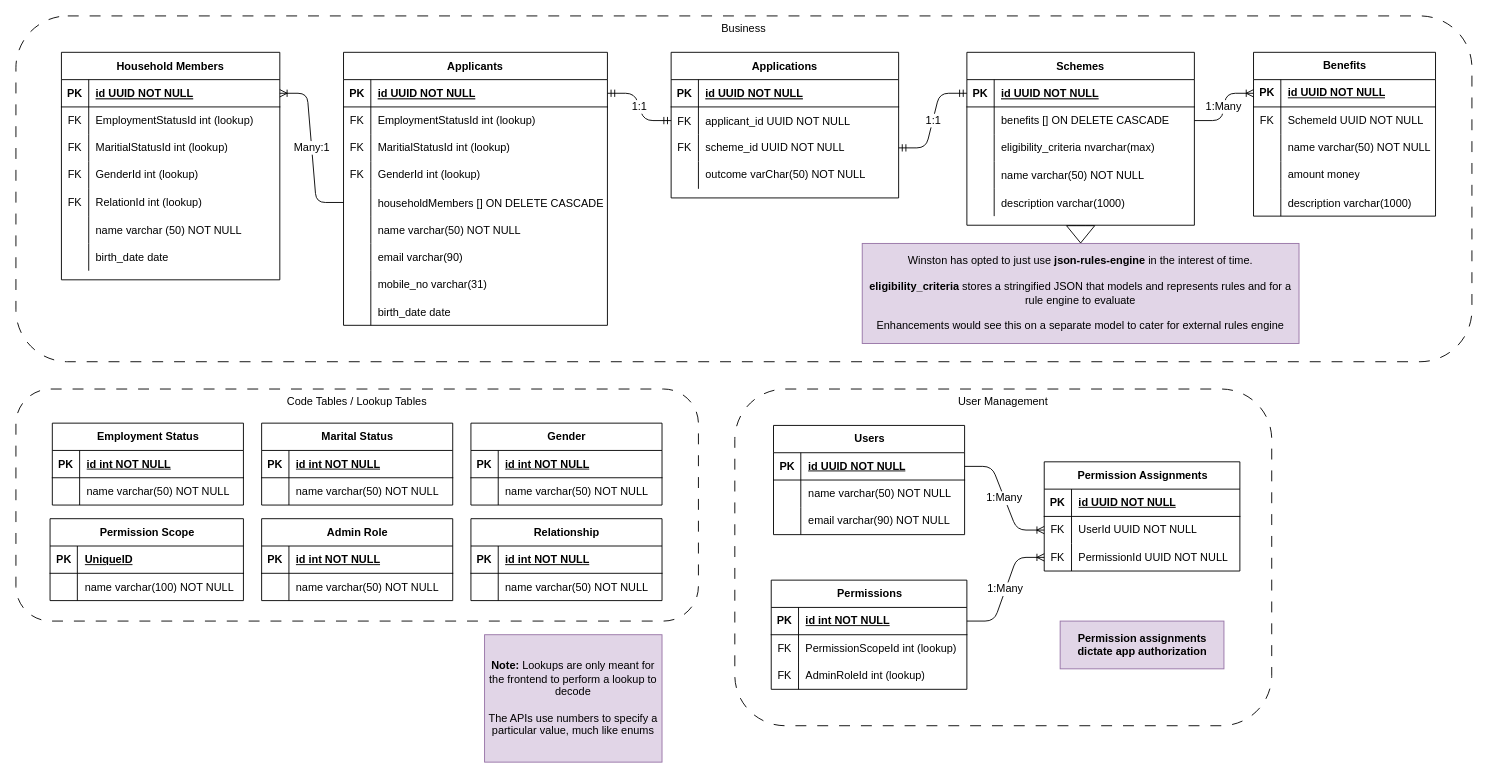
This is page "DB DIagram - Revised Interim" (1 of 3) of docs/diagrams/gasp-assignment-er-diagram.drawio from Lohenl/gasp-swe-assignment-2024, a draw.io file, before an edit. Source tidied: cells renumbered, new cells numbered last; positions are measured from the earlier drawing's top-left corner, leaving out a move shared by most shapes. Both pictures are drawn from the tidied source at 91%, with x=0, y=0 at pixel (15, 15).
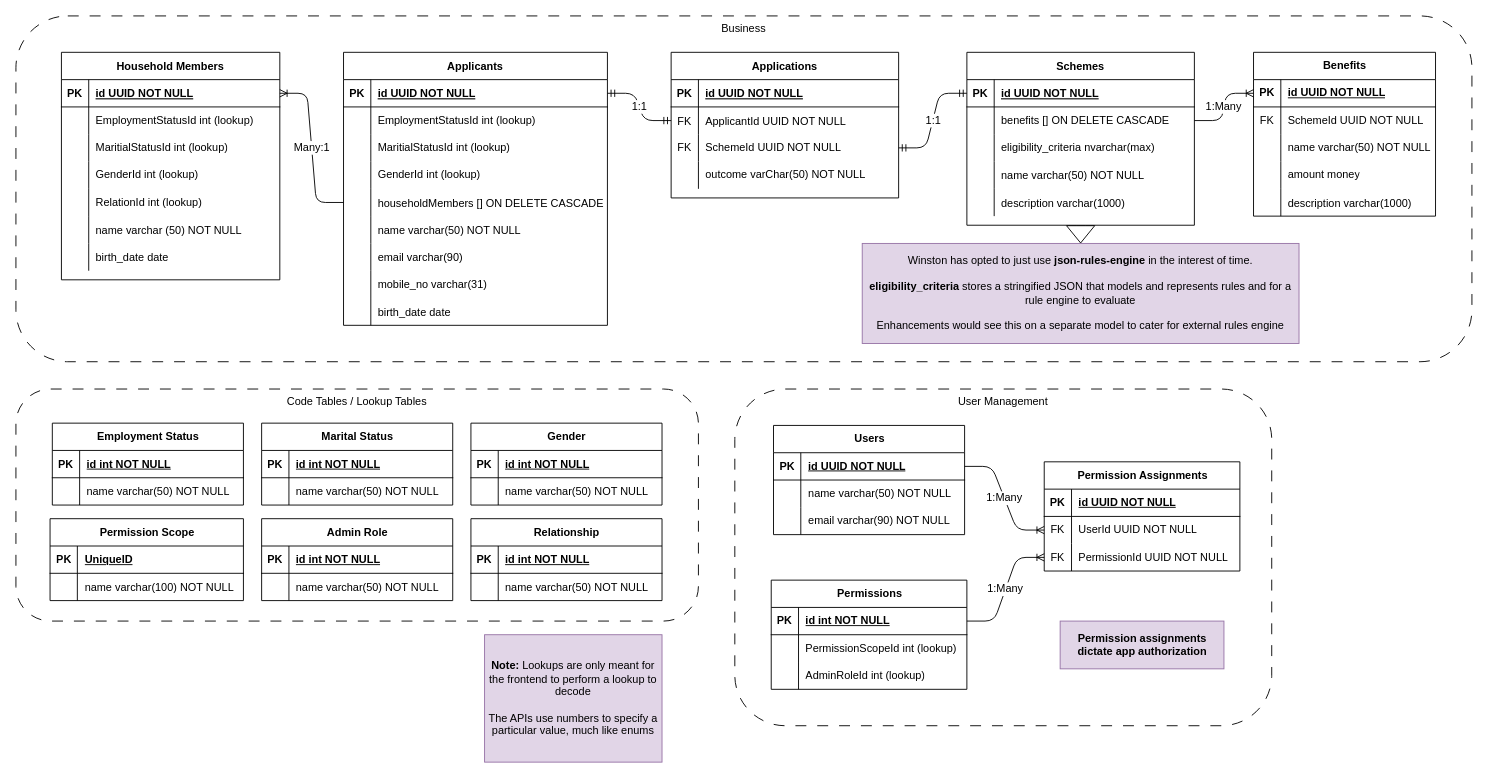
After the change.

Unchanged cells that the change refers to:
```xml
<mxCell id="9" style="shape=partialRectangle;fillColor=none;points=[[0,0.5],[1,0.5]];portConstraint=eastwest;top=0;left=0;right=0;bottom=0;" parent="5" vertex="1">
  <mxGeometry y="60" width="250" height="30" as="geometry" />
</mxCell>
<mxCell id="12" style="shape=tableRow;horizontal=0;startSize=0;swimlaneHead=0;swimlaneBody=0;fillColor=none;points=[[0,0.5],[1,0.5]];portConstraint=eastwest;top=0;left=0;right=0;bottom=0;" parent="5" vertex="1">
  <mxGeometry y="90" width="250" height="30" as="geometry" />
</mxCell>
<mxCell id="38" style="shape=tableRow;horizontal=0;startSize=0;swimlaneHead=0;swimlaneBody=0;fillColor=none;top=0;left=0;right=0;bottom=0;" parent="34" vertex="1">
  <mxGeometry y="60" width="290" height="30" as="geometry" />
</mxCell>
<mxCell id="41" style="shape=tableRow;horizontal=0;startSize=0;swimlaneHead=0;swimlaneBody=0;fillColor=none;top=0;left=0;right=0;bottom=0;" parent="34" vertex="1">
  <mxGeometry y="90" width="290" height="30" as="geometry" />
</mxCell>
<mxCell id="44" style="shape=tableRow;horizontal=0;startSize=0;swimlaneHead=0;swimlaneBody=0;fillColor=none;top=0;left=0;right=0;bottom=0;" parent="34" vertex="1">
  <mxGeometry y="120" width="290" height="30" as="geometry" />
</mxCell>
<mxCell id="76" style="shape=tableRow;horizontal=0;startSize=0;swimlaneHead=0;swimlaneBody=0;fillColor=none;top=0;left=0;right=0;bottom=0;" parent="72" vertex="1">
  <mxGeometry y="60" width="215" height="30" as="geometry" />
</mxCell>
<mxCell id="79" style="shape=tableRow;horizontal=0;startSize=0;swimlaneHead=0;swimlaneBody=0;fillColor=none;top=0;left=0;right=0;bottom=0;" parent="72" vertex="1">
  <mxGeometry y="90" width="215" height="30" as="geometry" />
</mxCell>
<mxCell id="155" style="shape=tableRow;horizontal=0;startSize=0;swimlaneHead=0;swimlaneBody=0;fillColor=none;top=0;left=0;right=0;bottom=0;" parent="151" vertex="1">
  <mxGeometry y="60" width="240" height="30" as="geometry" />
</mxCell>
<mxCell id="158" style="shape=tableRow;horizontal=0;startSize=0;swimlaneHead=0;swimlaneBody=0;fillColor=none;top=0;left=0;right=0;bottom=0;" parent="151" vertex="1">
  <mxGeometry y="90" width="240" height="30" as="geometry" />
</mxCell>
<mxCell id="161" style="shape=tableRow;horizontal=0;startSize=0;swimlaneHead=0;swimlaneBody=0;fillColor=none;top=0;left=0;right=0;bottom=0;" parent="151" vertex="1">
  <mxGeometry y="120" width="240" height="30" as="geometry" />
</mxCell>
<mxCell id="164" style="shape=tableRow;horizontal=0;startSize=0;swimlaneHead=0;swimlaneBody=0;fillColor=none;top=0;left=0;right=0;bottom=0;" parent="151" vertex="1">
  <mxGeometry y="150" width="240" height="30" as="geometry" />
</mxCell>
```

The edit, as a diff of the source:
```diff
@@
-    <mxCell id="11" value="applicant_id UUID NOT NULL" style="shape=partialRectangle;overflow=hidden;fillColor=none;top=0;left=0;bottom=0;right=0;align=left;spacingLeft=6;" parent="9" vertex="1">
+    <mxCell id="11" value="ApplicantId UUID NOT NULL" style="shape=partialRectangle;overflow=hidden;fillColor=none;top=0;left=0;bottom=0;right=0;align=left;spacingLeft=6;" parent="9" vertex="1">
       <mxGeometry x="30" width="220" height="30" as="geometry" />
     </mxCell>
@@
-    <mxCell id="14" value="scheme_id UUID NOT NULL" style="shape=partialRectangle;fillColor=none;top=0;left=0;bottom=0;right=0;align=left;spacingLeft=6;fontStyle=0;overflow=hidden;whiteSpace=wrap;html=1;" parent="12" vertex="1">
+    <mxCell id="14" value="SchemeId UUID NOT NULL" style="shape=partialRectangle;fillColor=none;top=0;left=0;bottom=0;right=0;align=left;spacingLeft=6;fontStyle=0;overflow=hidden;whiteSpace=wrap;html=1;" parent="12" vertex="1">
       <mxGeometry x="30" width="220" height="30" as="geometry" />
     </mxCell>
@@
-    <mxCell id="39" value="FK" style="shape=partialRectangle;fillColor=none;top=0;left=0;bottom=0;right=0;fontStyle=0;overflow=hidden;whiteSpace=wrap;html=1;" parent="38" vertex="1">
+    <mxCell id="39" style="shape=partialRectangle;fillColor=none;top=0;left=0;bottom=0;right=0;fontStyle=0;overflow=hidden;whiteSpace=wrap;html=1;" parent="38" vertex="1">
       <mxGeometry width="30" height="30" as="geometry" />
     </mxCell>
@@
-    <mxCell id="42" value="FK" style="shape=partialRectangle;fillColor=none;top=0;left=0;bottom=0;right=0;fontStyle=0;overflow=hidden;whiteSpace=wrap;html=1;" parent="41" vertex="1">
+    <mxCell id="42" style="shape=partialRectangle;fillColor=none;top=0;left=0;bottom=0;right=0;fontStyle=0;overflow=hidden;whiteSpace=wrap;html=1;" parent="41" vertex="1">
       <mxGeometry width="30" height="30" as="geometry" />
     </mxCell>
@@
-    <mxCell id="45" value="FK" style="shape=partialRectangle;fillColor=none;top=0;left=0;bottom=0;right=0;fontStyle=0;overflow=hidden;whiteSpace=wrap;html=1;" parent="44" vertex="1">
+    <mxCell id="45" style="shape=partialRectangle;fillColor=none;top=0;left=0;bottom=0;right=0;fontStyle=0;overflow=hidden;whiteSpace=wrap;html=1;" parent="44" vertex="1">
       <mxGeometry width="30" height="30" as="geometry" />
     </mxCell>
@@
-    <mxCell id="77" value="FK" style="shape=partialRectangle;fillColor=none;top=0;left=0;bottom=0;right=0;fontStyle=0;overflow=hidden;whiteSpace=wrap;html=1;" parent="76" vertex="1">
+    <mxCell id="77" style="shape=partialRectangle;fillColor=none;top=0;left=0;bottom=0;right=0;fontStyle=0;overflow=hidden;whiteSpace=wrap;html=1;" parent="76" vertex="1">
       <mxGeometry width="30" height="30" as="geometry" />
     </mxCell>
@@
-    <mxCell id="80" value="FK" style="shape=partialRectangle;fillColor=none;top=0;left=0;bottom=0;right=0;fontStyle=0;overflow=hidden;whiteSpace=wrap;html=1;" parent="79" vertex="1">
+    <mxCell id="80" style="shape=partialRectangle;fillColor=none;top=0;left=0;bottom=0;right=0;fontStyle=0;overflow=hidden;whiteSpace=wrap;html=1;" parent="79" vertex="1">
       <mxGeometry width="30" height="30" as="geometry" />
     </mxCell>
@@
-    <mxCell id="156" value="FK" style="shape=partialRectangle;fillColor=none;top=0;left=0;bottom=0;right=0;fontStyle=0;overflow=hidden;whiteSpace=wrap;html=1;" parent="155" vertex="1">
+    <mxCell id="156" style="shape=partialRectangle;fillColor=none;top=0;left=0;bottom=0;right=0;fontStyle=0;overflow=hidden;whiteSpace=wrap;html=1;" parent="155" vertex="1">
       <mxGeometry width="30" height="30" as="geometry" />
     </mxCell>
@@
-    <mxCell id="159" value="FK" style="shape=partialRectangle;fillColor=none;top=0;left=0;bottom=0;right=0;fontStyle=0;overflow=hidden;whiteSpace=wrap;html=1;" parent="158" vertex="1">
+    <mxCell id="159" style="shape=partialRectangle;fillColor=none;top=0;left=0;bottom=0;right=0;fontStyle=0;overflow=hidden;whiteSpace=wrap;html=1;" parent="158" vertex="1">
       <mxGeometry width="30" height="30" as="geometry" />
     </mxCell>
@@
-    <mxCell id="162" value="FK" style="shape=partialRectangle;fillColor=none;top=0;left=0;bottom=0;right=0;fontStyle=0;overflow=hidden;whiteSpace=wrap;html=1;" parent="161" vertex="1">
+    <mxCell id="162" style="shape=partialRectangle;fillColor=none;top=0;left=0;bottom=0;right=0;fontStyle=0;overflow=hidden;whiteSpace=wrap;html=1;" parent="161" vertex="1">
       <mxGeometry width="30" height="30" as="geometry" />
     </mxCell>
@@
-    <mxCell id="165" value="FK" style="shape=partialRectangle;fillColor=none;top=0;left=0;bottom=0;right=0;fontStyle=0;overflow=hidden;whiteSpace=wrap;html=1;" parent="164" vertex="1">
+    <mxCell id="165" style="shape=partialRectangle;fillColor=none;top=0;left=0;bottom=0;right=0;fontStyle=0;overflow=hidden;whiteSpace=wrap;html=1;" parent="164" vertex="1">
       <mxGeometry width="30" height="30" as="geometry" />
     </mxCell>
```
